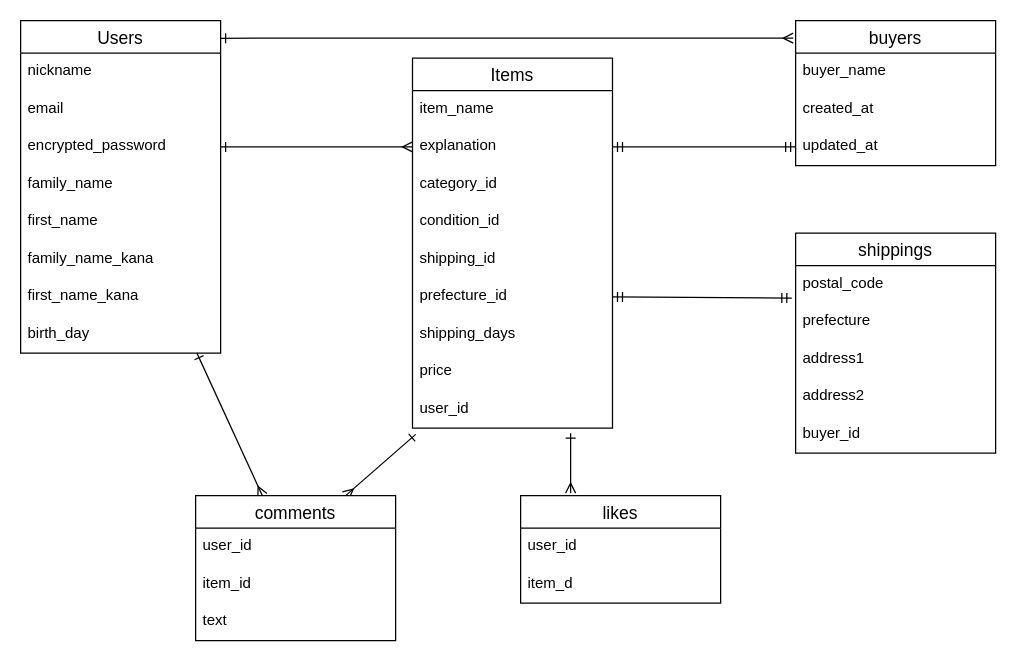
Above: .dio in tae-sskr/furima-39205 (draw.io), before the change. Source tidied: cells renumbered, new cells numbered last; positions are measured from the earlier drawing's top-left corner, leaving out a move shared by most shapes. Both pictures are drawn from the tidied source at 125%, with x=0, y=0 at pixel (20, 20).
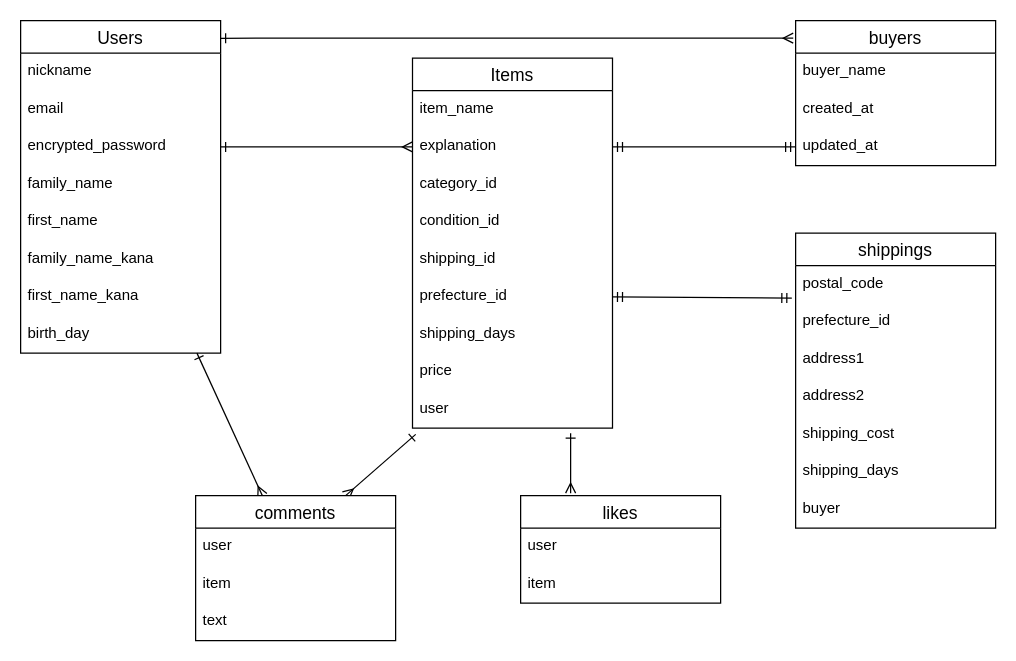
Above is the later version.

The change refers to these unchanged cells:
```xml
<mxCell id="14" value="Items" style="swimlane;fontStyle=0;horizontal=1;startSize=26;align=center;fontSize=14;" parent="1" vertex="1">
  <mxGeometry x="313.5" y="30" width="160" height="296" as="geometry" />
</mxCell>
<mxCell id="28" value="likes" style="swimlane;fontStyle=0;horizontal=1;startSize=26;align=center;fontSize=14;" parent="1" vertex="1">
  <mxGeometry x="400" y="380" width="160" height="86" as="geometry" />
</mxCell>
<mxCell id="31" value="comments" style="swimlane;fontStyle=0;horizontal=1;startSize=26;align=center;fontSize=14;" parent="1" vertex="1">
  <mxGeometry x="140" y="380" width="160" height="116" as="geometry" />
</mxCell>
```

The edit, as a diff of the source:
```diff
@@
-    <mxCell id="23" value="user_id" style="text;strokeColor=none;fillColor=none;spacingLeft=4;spacingRight=4;overflow=hidden;points=[[0,0.5],[1,0.5]];portConstraint=eastwest;fontSize=12;" parent="14" vertex="1">
+    <mxCell id="23" value="user" style="text;strokeColor=none;fillColor=none;spacingLeft=4;spacingRight=4;overflow=hidden;points=[[0,0.5],[1,0.5]];portConstraint=eastwest;fontSize=12;" parent="14" vertex="1">
       <mxGeometry y="266" width="160" height="30" as="geometry" />
     </mxCell>
@@
-    <mxCell id="29" value="user_id" style="text;strokeColor=none;fillColor=none;spacingLeft=4;spacingRight=4;overflow=hidden;fontSize=12;" parent="28" vertex="1">
+    <mxCell id="29" value="user" style="text;strokeColor=none;fillColor=none;spacingLeft=4;spacingRight=4;overflow=hidden;fontSize=12;" parent="28" vertex="1">
       <mxGeometry y="26" width="160" height="30" as="geometry" />
     </mxCell>
-    <mxCell id="30" value="item_d&#10;" style="text;strokeColor=none;fillColor=none;spacingLeft=4;spacingRight=4;overflow=hidden;fontSize=12;" parent="28" vertex="1">
+    <mxCell id="30" value="item" style="text;strokeColor=none;fillColor=none;spacingLeft=4;spacingRight=4;overflow=hidden;fontSize=12;" parent="28" vertex="1">
       <mxGeometry y="56" width="160" height="30" as="geometry" />
     </mxCell>
@@
-    <mxCell id="32" value="user_id" style="text;strokeColor=none;fillColor=none;spacingLeft=4;spacingRight=4;overflow=hidden;fontSize=12;" parent="31" vertex="1">
+    <mxCell id="32" value="user&#10;" style="text;strokeColor=none;fillColor=none;spacingLeft=4;spacingRight=4;overflow=hidden;fontSize=12;" parent="31" vertex="1">
       <mxGeometry y="26" width="160" height="30" as="geometry" />
     </mxCell>
-    <mxCell id="33" value="item_id" style="text;strokeColor=none;fillColor=none;spacingLeft=4;spacingRight=4;overflow=hidden;fontSize=12;" parent="31" vertex="1">
+    <mxCell id="33" value="item" style="text;strokeColor=none;fillColor=none;spacingLeft=4;spacingRight=4;overflow=hidden;fontSize=12;" parent="31" vertex="1">
       <mxGeometry y="56" width="160" height="30" as="geometry" />
     </mxCell>
@@
     <mxCell id="38" value="shippings" style="swimlane;fontStyle=0;horizontal=1;startSize=26;align=center;fontSize=14;" parent="1" vertex="1">
-      <mxGeometry x="620" y="170" width="160" height="176" as="geometry" />
+      <mxGeometry x="620" y="170" width="160" height="236" as="geometry" />
     </mxCell>
@@
-    <mxCell id="40" value="prefecture" style="text;strokeColor=none;fillColor=none;spacingLeft=4;spacingRight=4;overflow=hidden;fontSize=12;" parent="38" vertex="1">
+    <mxCell id="40" value="prefecture_id" style="text;strokeColor=none;fillColor=none;spacingLeft=4;spacingRight=4;overflow=hidden;fontSize=12;" parent="38" vertex="1">
       <mxGeometry y="56" width="160" height="30" as="geometry" />
     </mxCell>
@@
+    <mxCell id="45" value="shipping_cost" style="text;strokeColor=none;fillColor=none;spacingLeft=4;spacingRight=4;overflow=hidden;fontSize=12;" parent="38" vertex="1">
+      <mxGeometry y="146" width="160" height="30" as="geometry" />
+    </mxCell>
+    <mxCell id="46" value="shipping_days" style="text;strokeColor=none;fillColor=none;spacingLeft=4;spacingRight=4;overflow=hidden;fontSize=12;" parent="38" vertex="1">
+      <mxGeometry y="176" width="160" height="30" as="geometry" />
+    </mxCell>
-    <mxCell id="43" value="buyer_id" style="text;strokeColor=none;fillColor=none;spacingLeft=4;spacingRight=4;overflow=hidden;fontSize=12;" parent="38" vertex="1">
-      <mxGeometry y="146" width="160" height="30" as="geometry" />
+    <mxCell id="43" value="buyer" style="text;strokeColor=none;fillColor=none;spacingLeft=4;spacingRight=4;overflow=hidden;fontSize=12;" parent="38" vertex="1">
+      <mxGeometry y="206" width="160" height="30" as="geometry" />
     </mxCell>
```
